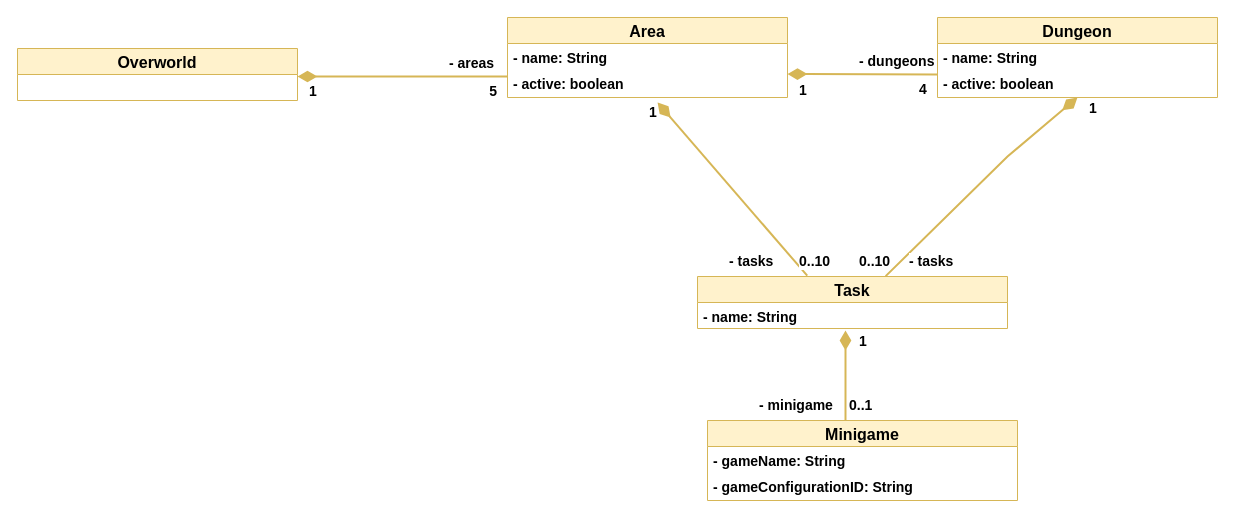
Before: dev-manuals/services/overworld/class-diagram/overworld-class-digram.drawio in Gamify-IT/docs, a draw.io diagram. Source tidied: cells renumbered, new cells numbered last; positions are measured from the earlier drawing's top-left corner, leaving out a move shared by most shapes. Both pictures are drawn from the tidied source at 100%, with x=0, y=0 at pixel (17, 17).
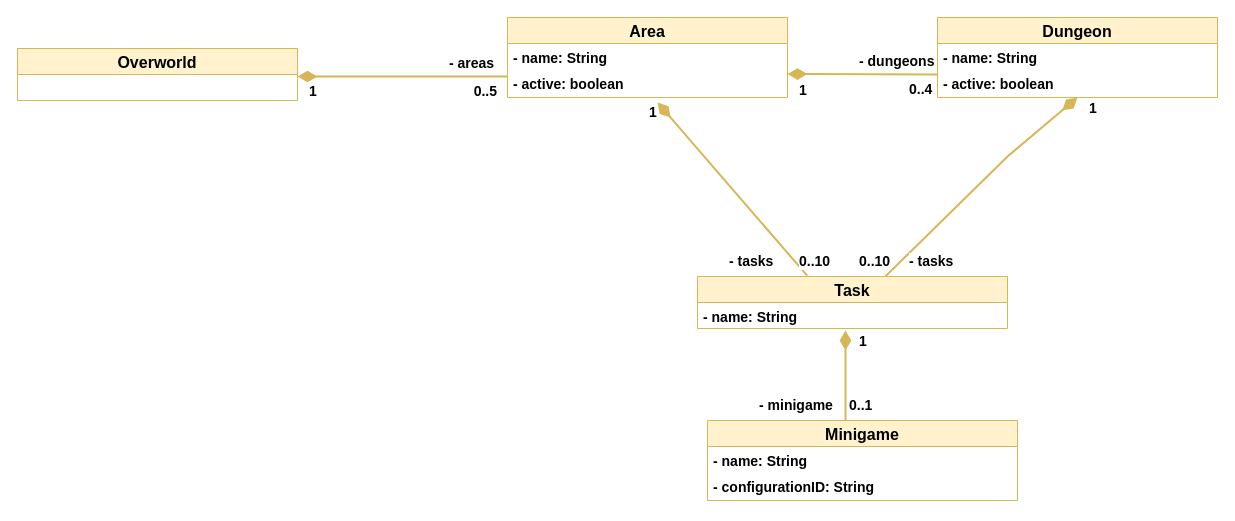
The same page after the edit.

Commit message (it also covers changes not shown here):
made limitations 0..x and removed game prefix from attributes

Unchanged cells that the change refers to:
```xml
<mxCell id="26" value="Minigame" style="swimlane;fontStyle=1;horizontal=1;startSize=26;fillColor=#fff2cc;strokeColor=#d6b656;fontSize=16;" parent="1" vertex="1">
  <mxGeometry x="690" y="403" width="310" height="80" as="geometry" />
</mxCell>
```

Diff of the diagram source:
```diff
@@
-    <mxCell id="6" value="5" style="html=1;align=right;verticalAlign=top;labelBackgroundColor=#ffffff;fontSize=14;fontStyle=1;" parent="1" vertex="1">
+    <mxCell id="6" value="0..5" style="html=1;align=right;verticalAlign=top;labelBackgroundColor=#ffffff;fontSize=14;fontStyle=1;" parent="1" vertex="1">
       <mxGeometry x="480" y="59" as="geometry" />
     </mxCell>
@@
-    <mxCell id="14" value="4" style="html=1;align=left;verticalAlign=top;labelBackgroundColor=#ffffff;fontSize=14;fontStyle=1;" parent="1" vertex="1">
-      <mxGeometry x="900" y="57" as="geometry" />
+    <mxCell id="14" value="0..4" style="html=1;align=left;verticalAlign=top;labelBackgroundColor=#ffffff;fontSize=14;fontStyle=1;" parent="1" vertex="1">
+      <mxGeometry x="890" y="57" as="geometry" />
     </mxCell>
@@
-    <mxCell id="27" value="- gameName: String" style="text;strokeColor=none;fillColor=none;align=left;verticalAlign=top;spacingLeft=4;spacingRight=4;overflow=hidden;fontStyle=1;fontSize=14;" parent="26" vertex="1">
+    <mxCell id="27" value="- name: String" style="text;strokeColor=none;fillColor=none;align=left;verticalAlign=top;spacingLeft=4;spacingRight=4;overflow=hidden;fontStyle=1;fontSize=14;" parent="26" vertex="1">
       <mxGeometry y="26" width="310" height="26" as="geometry" />
     </mxCell>
-    <mxCell id="28" value="- gameConfigurationID: String" style="text;strokeColor=none;fillColor=none;align=left;verticalAlign=top;spacingLeft=4;spacingRight=4;overflow=hidden;fontStyle=1;fontSize=14;" parent="26" vertex="1">
+    <mxCell id="28" value="- configurationID: String" style="text;strokeColor=none;fillColor=none;align=left;verticalAlign=top;spacingLeft=4;spacingRight=4;overflow=hidden;fontStyle=1;fontSize=14;" parent="26" vertex="1">
       <mxGeometry y="52" width="310" height="28" as="geometry" />
     </mxCell>
```
